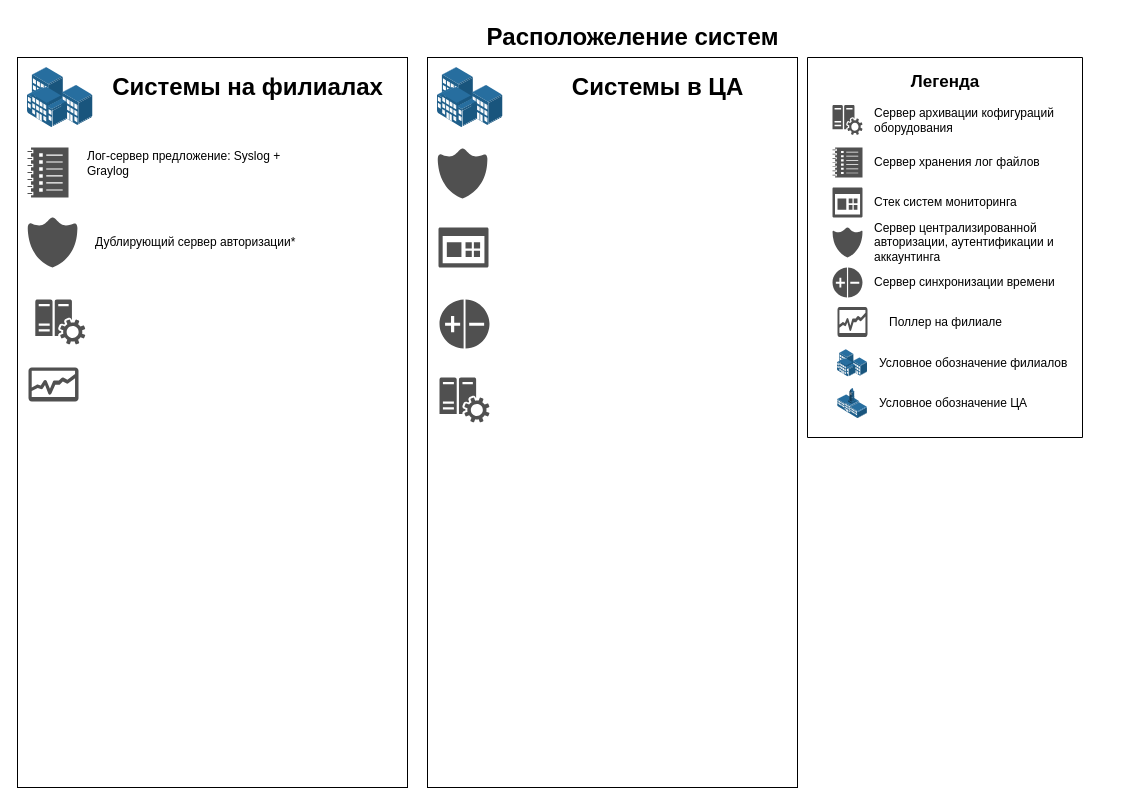
drycov/ttcArch keeps this draw.io diagram as page "Расположеление систем" (1 of 3) of cxem.drawio. Above is the earlier version. Source tidied: cells renumbered, new cells numbered last; positions are measured from the earlier drawing's top-left corner, leaving out a move shared by most shapes. Both pictures are drawn from the tidied source at 100%, with x=0, y=0 at pixel (17, 17).
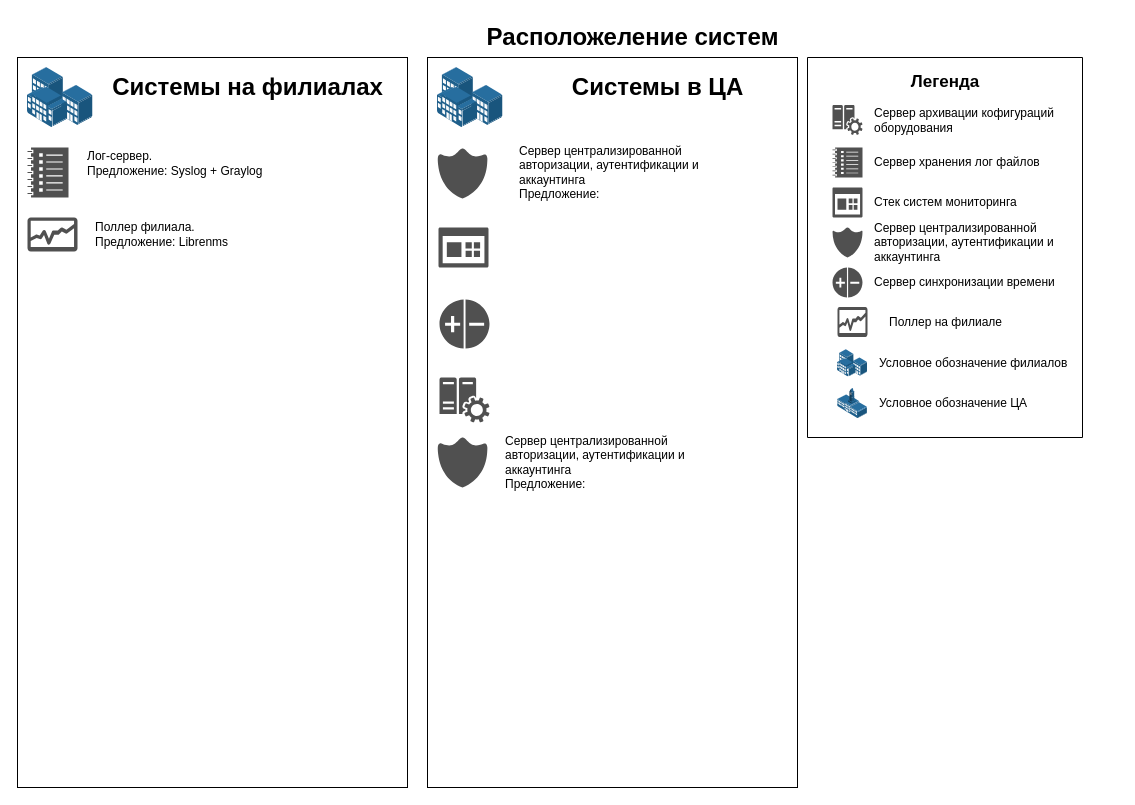
Above is the later version.

The edit, as a diff of the source:
```diff
@@
-    <mxCell id="13" style="sketch=0;shadow=0;dashed=0;html=1;strokeColor=none;labelPosition=center;verticalLabelPosition=bottom;verticalAlign=top;align=center;fillColor=#505050;shape=mxgraph.mscae.oms.security;" parent="1" vertex="1">
-      <mxGeometry x="10" y="200" width="50" height="50" as="geometry" />
-    </mxCell>
@@
-    <mxCell id="15" style="sketch=0;shadow=0;dashed=0;html=1;strokeColor=none;labelPosition=center;verticalLabelPosition=bottom;verticalAlign=top;align=center;fillColor=#505050;shape=mxgraph.mscae.oms.config_assessment;" parent="1" vertex="1">
-      <mxGeometry x="17.8" y="282" width="50" height="45" as="geometry" />
-    </mxCell>
     <mxCell id="16" style="sketch=0;shadow=0;dashed=0;html=1;strokeColor=none;labelPosition=center;verticalLabelPosition=bottom;verticalAlign=top;align=center;fillColor=#505050;shape=mxgraph.mscae.oms.diagnostics;" parent="1" vertex="1">
-      <mxGeometry x="11" y="350" width="50" height="34" as="geometry" />
+      <mxGeometry x="10" y="200" width="50" height="34" as="geometry" />
     </mxCell>
@@
-    <mxCell id="35" value="Лог-сервер предложение: Syslog + Graylog" style="text;html=1;strokeColor=none;fillColor=none;align=left;verticalAlign=middle;whiteSpace=wrap;rounded=0;" parent="1" vertex="1">
+    <mxCell id="35" value="Лог-сервер.&lt;br&gt;Предложение: Syslog + Graylog" style="text;html=1;strokeColor=none;fillColor=none;align=left;verticalAlign=middle;whiteSpace=wrap;rounded=0;" parent="1" vertex="1">
       <mxGeometry x="67.8" y="131" width="230" height="30" as="geometry" />
     </mxCell>
-    <mxCell id="36" value="Дублирующий сервер авторизации*" style="text;html=1;strokeColor=none;fillColor=none;align=left;verticalAlign=middle;whiteSpace=wrap;rounded=0;" parent="1" vertex="1">
-      <mxGeometry x="75.5" y="210" width="230" height="30" as="geometry" />
-    </mxCell>
+    <mxCell id="37" value="Поллер филиала.&lt;br&gt;Предложение: Librenms" style="text;html=1;strokeColor=none;fillColor=none;align=left;verticalAlign=middle;whiteSpace=wrap;rounded=0;" parent="1" vertex="1">
+      <mxGeometry x="75.5" y="202" width="230" height="30" as="geometry" />
+    </mxCell>
+    <mxCell id="38" value="Сервер централизированной авторизации, аутентификации и аккаунтинга&lt;br&gt;Предложение:" style="text;html=1;strokeColor=none;fillColor=none;align=left;verticalAlign=middle;whiteSpace=wrap;rounded=0;" parent="1" vertex="1">
+      <mxGeometry x="500" y="140" width="230" height="30" as="geometry" />
+    </mxCell>
+    <mxCell id="39" style="sketch=0;shadow=0;dashed=0;html=1;strokeColor=none;labelPosition=center;verticalLabelPosition=bottom;verticalAlign=top;align=center;fillColor=#505050;shape=mxgraph.mscae.oms.security;" parent="1" vertex="1">
+      <mxGeometry x="420" y="420" width="50" height="50" as="geometry" />
+    </mxCell>
+    <mxCell id="40" value="Сервер централизированной авторизации, аутентификации и аккаунтинга&lt;br&gt;Предложение:" style="text;html=1;strokeColor=none;fillColor=none;align=left;verticalAlign=middle;whiteSpace=wrap;rounded=0;" parent="1" vertex="1">
+      <mxGeometry x="485.5" y="430" width="230" height="30" as="geometry" />
+    </mxCell>
```
